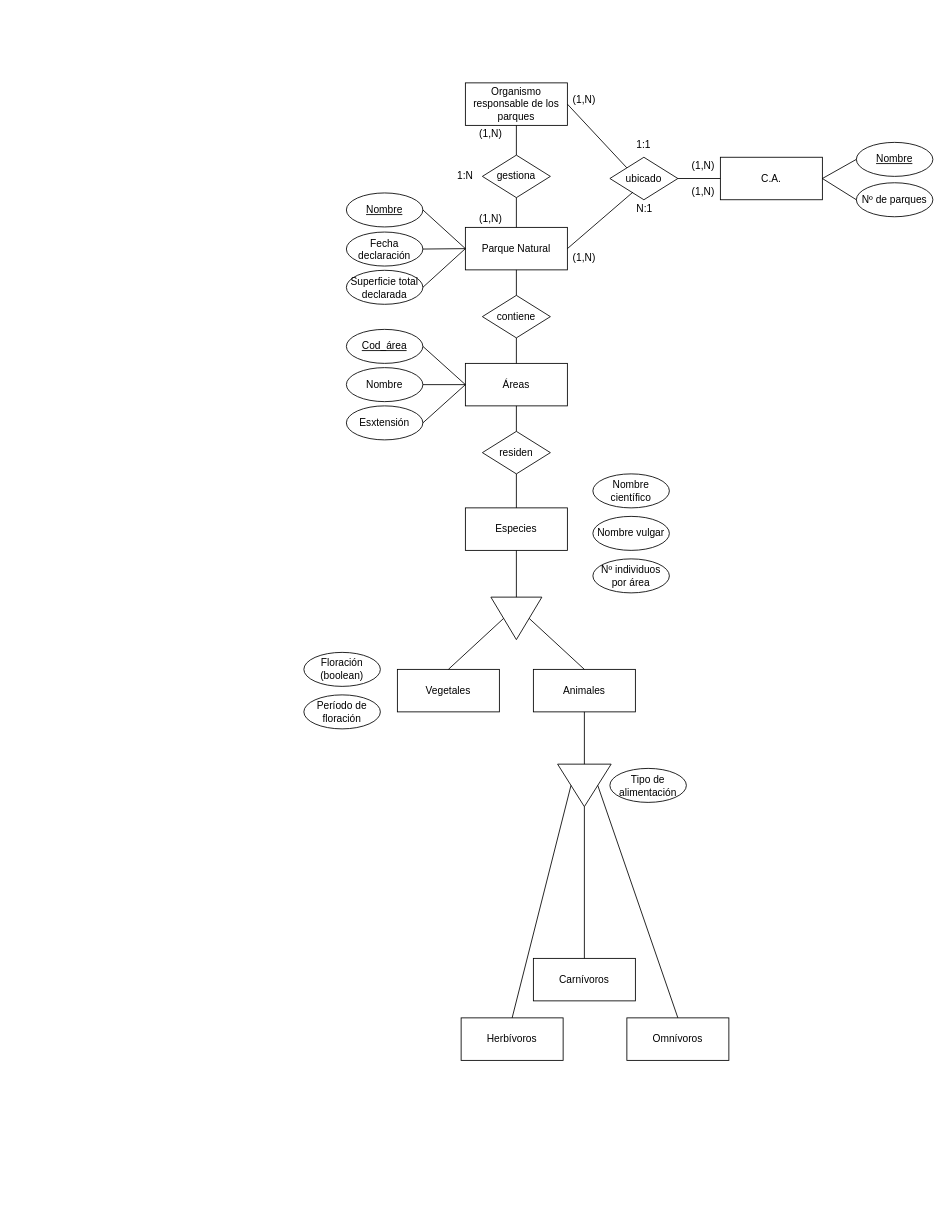
This is bbdd/Trimestre 2/Actividades/amado_cibreiro_andres_bd51/Ej2_Parques naturales.drawio from Amaado/DAM1_archives, a draw.io file, before an edit. Source tidied: cells renumbered, new cells numbered last; positions are measured from the earlier drawing's top-left corner, leaving out a move shared by most shapes. Both pictures are drawn from the tidied source at 85%, with x=0, y=0 at pixel (303, 82).
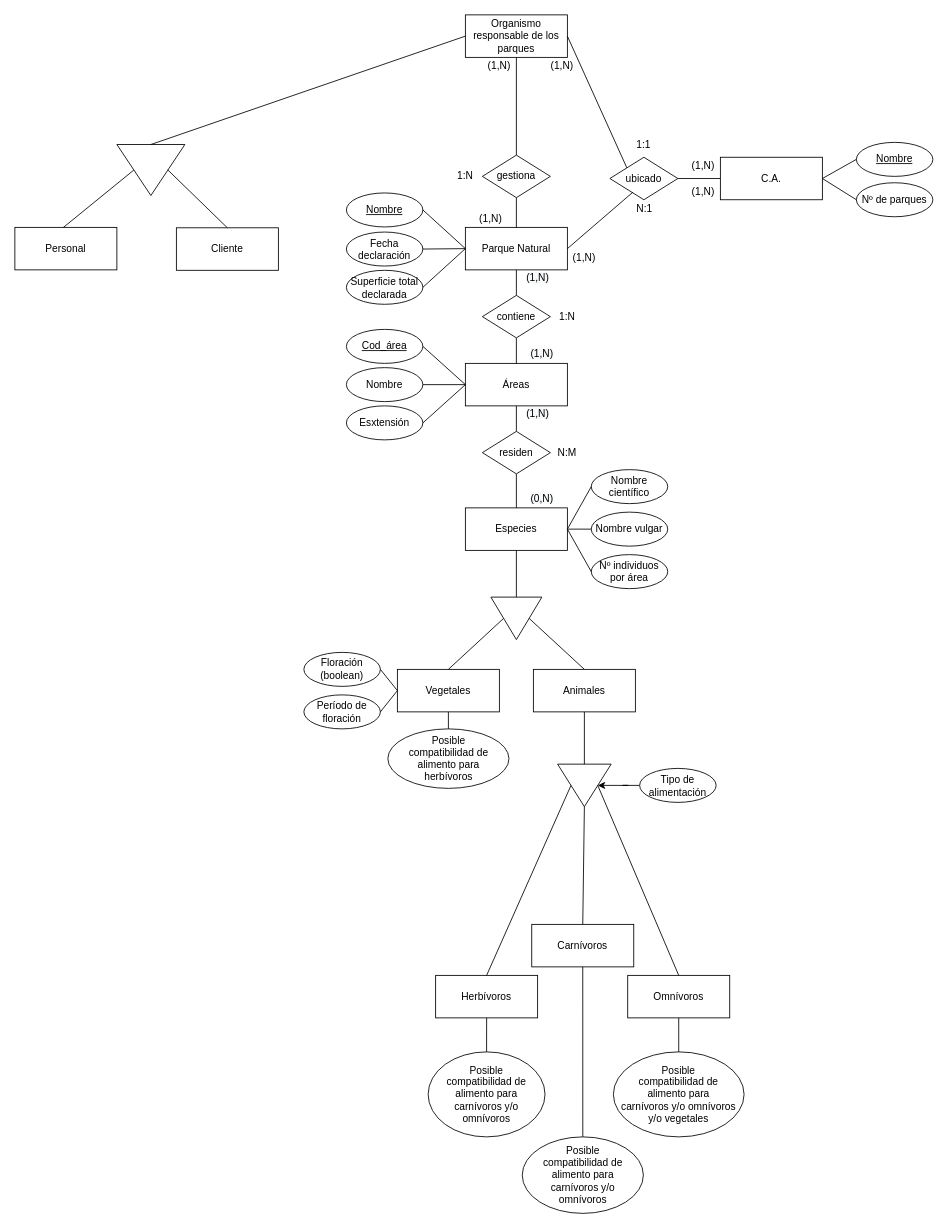
After the change.

Unchanged cells that the change refers to:
```xml
<mxCell id="10" value="gestiona" style="rhombus;whiteSpace=wrap;html=1;" parent="1" vertex="1">
  <mxGeometry x="210" y="85" width="80" height="50" as="geometry" />
</mxCell>
<mxCell id="42" value="Especies" style="rounded=0;whiteSpace=wrap;html=1;" parent="1" vertex="1">
  <mxGeometry x="190" y="500" width="120" height="50" as="geometry" />
</mxCell>
<mxCell id="44" value="Vegetales" style="rounded=0;whiteSpace=wrap;html=1;" parent="1" vertex="1">
  <mxGeometry x="110" y="690" width="120" height="50" as="geometry" />
</mxCell>
<mxCell id="54" value="Floración (boolean)" style="ellipse;whiteSpace=wrap;html=1;" parent="1" vertex="1">
  <mxGeometry y="670" width="90" height="40" as="geometry" />
</mxCell>
<mxCell id="55" value="Período de floración" style="ellipse;whiteSpace=wrap;html=1;" parent="1" vertex="1">
  <mxGeometry y="720" width="90" height="40" as="geometry" />
</mxCell>
<mxCell id="57" style="triangle;whiteSpace=wrap;html=1;fillColor=#FFFFFF;rotation=90;" parent="1" vertex="1">
  <mxGeometry x="305" y="795" width="50" height="63" as="geometry" />
</mxCell>
```

Change to the diagram source:
```diff
@@
     <mxCell id="9" value="Organismo responsable de los parques" style="rounded=0;whiteSpace=wrap;html=1;" parent="1" vertex="1">
-      <mxGeometry x="190" width="120" height="50" as="geometry" />
+      <mxGeometry x="190" y="-80" width="120" height="50" as="geometry" />
     </mxCell>
@@
     <mxCell id="18" value="(1,N)" style="text;html=1;strokeColor=none;fillColor=none;align=center;verticalAlign=middle;whiteSpace=wrap;rounded=0;" parent="1" vertex="1">
-      <mxGeometry x="310" y="10" width="40" height="20" as="geometry" />
+      <mxGeometry x="283.8" y="-30" width="40" height="20" as="geometry" />
     </mxCell>
@@
-    <mxCell id="20" style="endArrow=none;html=1;exitX=0.5;exitY=1;exitDx=0;exitDy=0;entryX=0.5;entryY=0;entryDx=0;entryDy=0;" parent="1" edge="1" source="9" target="10">
-      <mxGeometry relative="1" as="geometry" />
-    </mxCell>
     <mxCell id="21" value="(1,N)" style="text;html=1;strokeColor=none;fillColor=none;align=center;verticalAlign=middle;whiteSpace=wrap;rounded=0;" parent="1" vertex="1">
-      <mxGeometry x="200" y="50" width="40" height="20" as="geometry" />
+      <mxGeometry x="210" y="-30" width="40" height="20" as="geometry" />
     </mxCell>
@@
     <mxCell id="51" value="Nombre científico" style="ellipse;whiteSpace=wrap;html=1;" parent="1" vertex="1">
-      <mxGeometry x="340" y="460" width="90" height="40" as="geometry" />
+      <mxGeometry x="338.1" y="455" width="90" height="40" as="geometry" />
     </mxCell>
     <mxCell id="52" value="Nombre vulgar" style="ellipse;whiteSpace=wrap;html=1;" parent="1" vertex="1">
-      <mxGeometry x="340" y="510" width="90" height="40" as="geometry" />
+      <mxGeometry x="338.1" y="505" width="90" height="40" as="geometry" />
     </mxCell>
     <mxCell id="53" value="Nº individuos por área" style="ellipse;whiteSpace=wrap;html=1;" parent="1" vertex="1">
-      <mxGeometry x="340" y="560" width="90" height="40" as="geometry" />
+      <mxGeometry x="338.1" y="555" width="90" height="40" as="geometry" />
     </mxCell>
@@
     <mxCell id="56" value="Carnívoros" style="rounded=0;whiteSpace=wrap;html=1;" parent="1" vertex="1">
-      <mxGeometry x="270" y="1030" width="120" height="50" as="geometry" />
+      <mxGeometry x="268.1" y="990" width="120" height="50" as="geometry" />
     </mxCell>
@@
+    <mxCell id="65" style="edgeStyle=orthogonalEdgeStyle;rounded=0;jettySize=auto;html=1;entryX=0.5;entryY=0;entryDx=0;entryDy=0;" parent="1" edge="1" source="58" target="57">
+      <mxGeometry relative="1" as="geometry" />
+    </mxCell>
     <mxCell id="58" value="Tipo de alimentación" style="ellipse;whiteSpace=wrap;html=1;" parent="1" vertex="1">
-      <mxGeometry x="360" y="806.5" width="90" height="40" as="geometry" />
+      <mxGeometry x="395" y="806.5" width="90" height="40" as="geometry" />
     </mxCell>
     <mxCell id="59" value="Herbívoros" style="rounded=0;whiteSpace=wrap;html=1;" parent="1" vertex="1">
-      <mxGeometry x="185" y="1100" width="120" height="50" as="geometry" />
+      <mxGeometry x="155" y="1050" width="120" height="50" as="geometry" />
     </mxCell>
     <mxCell id="60" value="Omnívoros" style="rounded=0;whiteSpace=wrap;html=1;" parent="1" vertex="1">
-      <mxGeometry x="380" y="1100" width="120" height="50" as="geometry" />
+      <mxGeometry x="381" y="1050" width="120" height="50" as="geometry" />
     </mxCell>
@@
+    <mxCell id="66" value="Posible&lt;br&gt;compatibilidad de alimento para&lt;br&gt;herbívoros&lt;br&gt;" style="ellipse;whiteSpace=wrap;html=1;" parent="1" vertex="1">
+      <mxGeometry x="98.8" y="760" width="142.5" height="70" as="geometry" />
+    </mxCell>
+    <mxCell id="67" value="Posible&lt;br&gt;compatibilidad de alimento para&lt;br&gt;carnívoros y/o&lt;br&gt;omnívoros" style="ellipse;whiteSpace=wrap;html=1;" parent="1" vertex="1">
+      <mxGeometry x="146.2" y="1140" width="137.5" height="100" as="geometry" />
+    </mxCell>
+    <mxCell id="68" value="Posible&lt;br&gt;compatibilidad de alimento para&lt;br&gt;carnívoros y/o&lt;br&gt;omnívoros" style="ellipse;whiteSpace=wrap;html=1;" parent="1" vertex="1">
+      <mxGeometry x="256.9" y="1240" width="142.5" height="90" as="geometry" />
+    </mxCell>
+    <mxCell id="69" value="Posible&lt;br&gt;compatibilidad de&lt;br&gt;alimento para&lt;br&gt;carnívoros y/o omnívoros&lt;br&gt;y/o vegetales" style="ellipse;whiteSpace=wrap;html=1;" parent="1" vertex="1">
+      <mxGeometry x="364.1" y="1140" width="153.8" height="100" as="geometry" />
+    </mxCell>
+    <mxCell id="70" style="endArrow=none;html=1;entryX=0.5;entryY=1;entryDx=0;entryDy=0;exitX=0.5;exitY=0;exitDx=0;exitDy=0;" parent="1" edge="1" source="67" target="59">
+      <mxGeometry relative="1" as="geometry" />
+    </mxCell>
+    <mxCell id="71" style="endArrow=none;html=1;entryX=0.5;entryY=1;entryDx=0;entryDy=0;exitX=0.5;exitY=0;exitDx=0;exitDy=0;" parent="1" edge="1" source="68" target="56">
+      <mxGeometry relative="1" as="geometry" />
+    </mxCell>
+    <mxCell id="72" style="endArrow=none;html=1;entryX=0.5;entryY=1;entryDx=0;entryDy=0;exitX=0.5;exitY=0;exitDx=0;exitDy=0;" parent="1" edge="1" source="69" target="60">
+      <mxGeometry relative="1" as="geometry" />
+    </mxCell>
+    <mxCell id="73" style="endArrow=none;html=1;entryX=0.5;entryY=1;entryDx=0;entryDy=0;exitX=0.5;exitY=0;exitDx=0;exitDy=0;" parent="1" edge="1" source="66" target="44">
+      <mxGeometry relative="1" as="geometry" />
+    </mxCell>
+    <mxCell id="74" style="endArrow=none;html=1;exitX=1;exitY=0.5;exitDx=0;exitDy=0;entryX=0;entryY=0.5;entryDx=0;entryDy=0;" parent="1" edge="1" source="42" target="51">
+      <mxGeometry relative="1" as="geometry" />
+    </mxCell>
+    <mxCell id="75" style="endArrow=none;html=1;exitX=1;exitY=0.5;exitDx=0;exitDy=0;entryX=0;entryY=0.5;entryDx=0;entryDy=0;" parent="1" edge="1" source="42" target="52">
+      <mxGeometry relative="1" as="geometry" />
+    </mxCell>
+    <mxCell id="76" style="endArrow=none;html=1;exitX=1;exitY=0.5;exitDx=0;exitDy=0;entryX=0;entryY=0.5;entryDx=0;entryDy=0;" parent="1" edge="1" source="42" target="53">
+      <mxGeometry relative="1" as="geometry" />
+    </mxCell>
+    <mxCell id="77" style="endArrow=none;html=1;entryX=1;entryY=0.5;entryDx=0;entryDy=0;exitX=0;exitY=0.5;exitDx=0;exitDy=0;" parent="1" edge="1" source="44" target="54">
+      <mxGeometry relative="1" as="geometry" />
+    </mxCell>
+    <mxCell id="78" style="endArrow=none;html=1;entryX=1;entryY=0.5;entryDx=0;entryDy=0;exitX=0;exitY=0.5;exitDx=0;exitDy=0;" parent="1" edge="1" source="44" target="55">
+      <mxGeometry relative="1" as="geometry" />
+    </mxCell>
+    <mxCell id="79" value="1:N" style="text;html=1;strokeColor=none;fillColor=none;align=center;verticalAlign=middle;whiteSpace=wrap;rounded=0;" parent="1" vertex="1">
+      <mxGeometry x="290" y="265" width="40" height="20" as="geometry" />
+    </mxCell>
+    <mxCell id="80" value="&lt;span style=&quot;color: rgb(0, 0, 0); font-family: helvetica; font-size: 12px; font-style: normal; font-weight: 400; letter-spacing: normal; text-align: center; text-indent: 0px; text-transform: none; word-spacing: 0px; background-color: rgb(248, 249, 250); display: inline; float: none;&quot;&gt;(1,N)&lt;/span&gt;" style="text;whiteSpace=wrap;html=1;" parent="1" vertex="1">
+      <mxGeometry x="260" y="215.5" width="50" height="30" as="geometry" />
+    </mxCell>
+    <mxCell id="81" value="&lt;span style=&quot;color: rgb(0, 0, 0); font-family: helvetica; font-size: 12px; font-style: normal; font-weight: 400; letter-spacing: normal; text-align: center; text-indent: 0px; text-transform: none; word-spacing: 0px; background-color: rgb(248, 249, 250); display: inline; float: none;&quot;&gt;(1,N)&lt;/span&gt;" style="text;whiteSpace=wrap;html=1;" parent="1" vertex="1">
+      <mxGeometry x="265.1" y="305" width="50" height="30" as="geometry" />
+    </mxCell>
+    <mxCell id="82" value="N:M" style="text;html=1;strokeColor=none;fillColor=none;align=center;verticalAlign=middle;whiteSpace=wrap;rounded=0;" parent="1" vertex="1">
+      <mxGeometry x="290" y="425" width="40" height="20" as="geometry" />
+    </mxCell>
+    <mxCell id="83" value="&lt;span style=&quot;color: rgb(0, 0, 0); font-family: helvetica; font-size: 12px; font-style: normal; font-weight: 400; letter-spacing: normal; text-align: center; text-indent: 0px; text-transform: none; word-spacing: 0px; background-color: rgb(248, 249, 250); display: inline; float: none;&quot;&gt;(1,N)&lt;/span&gt;" style="text;whiteSpace=wrap;html=1;" parent="1" vertex="1">
+      <mxGeometry x="260" y="375" width="50" height="30" as="geometry" />
+    </mxCell>
+    <mxCell id="84" value="&lt;span style=&quot;color: rgb(0 , 0 , 0) ; font-family: &amp;#34;helvetica&amp;#34; ; font-size: 12px ; font-style: normal ; font-weight: 400 ; letter-spacing: normal ; text-align: center ; text-indent: 0px ; text-transform: none ; word-spacing: 0px ; background-color: rgb(248 , 249 , 250) ; display: inline ; float: none&quot;&gt;(0,N)&lt;/span&gt;" style="text;whiteSpace=wrap;html=1;" parent="1" vertex="1">
+      <mxGeometry x="265.1" y="475" width="50" height="30" as="geometry" />
+    </mxCell>
+    <mxCell id="85" style="endArrow=none;html=1;exitX=1;exitY=0;exitDx=0;exitDy=0;entryX=0.5;entryY=0;entryDx=0;entryDy=0;" parent="1" edge="1" source="21" target="10">
+      <mxGeometry relative="1" as="geometry" />
+    </mxCell>
+    <mxCell id="86" style="endArrow=none;html=1;exitX=0.468;exitY=0.016;exitDx=0;exitDy=0;exitPerimeter=0;entryX=0.5;entryY=1;entryDx=0;entryDy=0;" parent="1" edge="1" source="87" target="89">
+      <mxGeometry relative="1" as="geometry" />
+    </mxCell>
+    <mxCell id="87" value="Personal" style="rounded=0;whiteSpace=wrap;html=1;" parent="1" vertex="1">
+      <mxGeometry x="-340" y="170" width="120" height="50" as="geometry" />
+    </mxCell>
+    <mxCell id="88" value="Cliente" style="rounded=0;whiteSpace=wrap;html=1;" parent="1" vertex="1">
+      <mxGeometry x="-150" y="170.5" width="120" height="50" as="geometry" />
+    </mxCell>
+    <mxCell id="89" style="triangle;whiteSpace=wrap;html=1;rotation=90;" parent="1" vertex="1">
+      <mxGeometry x="-210" y="62.5" width="60" height="80" as="geometry" />
+    </mxCell>
+    <mxCell id="90" style="endArrow=none;html=1;entryX=0;entryY=0.5;entryDx=0;entryDy=0;exitX=0;exitY=0.5;exitDx=0;exitDy=0;" parent="1" edge="1" source="89" target="9">
+      <mxGeometry relative="1" as="geometry" />
+    </mxCell>
+    <mxCell id="91" style="endArrow=none;html=1;exitX=0.5;exitY=0;exitDx=0;exitDy=0;entryX=0.5;entryY=0;entryDx=0;entryDy=0;" parent="1" edge="1" source="88" target="89">
+      <mxGeometry relative="1" as="geometry" />
+    </mxCell>
```
